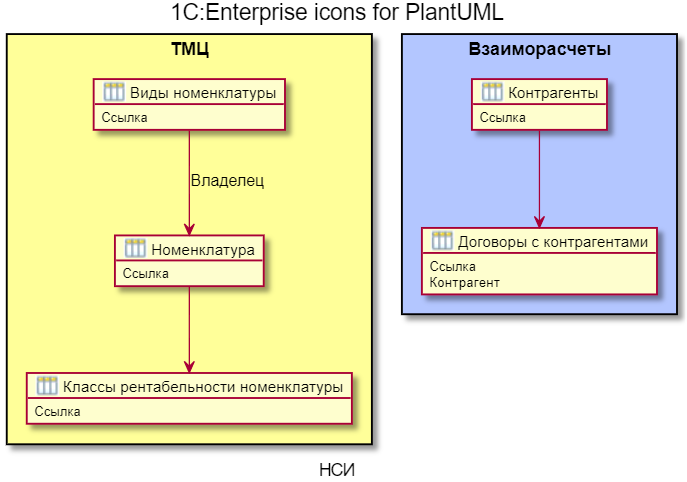
Before: examples/example.png, a diagram exported from PlantUML (ovcharenko-di/1ce-icons-for-plantuml). Its source is kept beside it as examples/example.puml. Source of this version:
```plantuml
@startuml

!include dist/common.puml
!include dist/v8_Catalog.puml

title 1С:Enterprise icons for PlantUML

caption НСИ

package ТМЦ <<Rectangle>> #ffff99 {

    v8_Catalog(Номенклатура)
    Номенклатура : Ссылка

    v8_Catalog(ВидыНоменклатуры, "Виды номенклатуры")
    ВидыНоменклатуры : Ссылка

    v8_Catalog(одКлассыРентабельностиНоменклатуры, "Классы рентабельности номенклатуры")
    одКлассыРентабельностиНоменклатуры : Ссылка

}

package Взаиморасчеты <<Rectangle>> #b3c6ff {

    v8_Catalog(ДоговорыСКонтрагентами, "Договоры с контрагентами")
    ДоговорыСКонтрагентами : Ссылка
    ДоговорыСКонтрагентами : Контрагент

    v8_Catalog(Контрагенты)
    Контрагенты : Ссылка

}

ВидыНоменклатуры-->Номенклатура : Владелец
Номенклатура-->одКлассыРентабельностиНоменклатуры
Контрагенты-->ДоговорыСКонтрагентами

@enduml
```
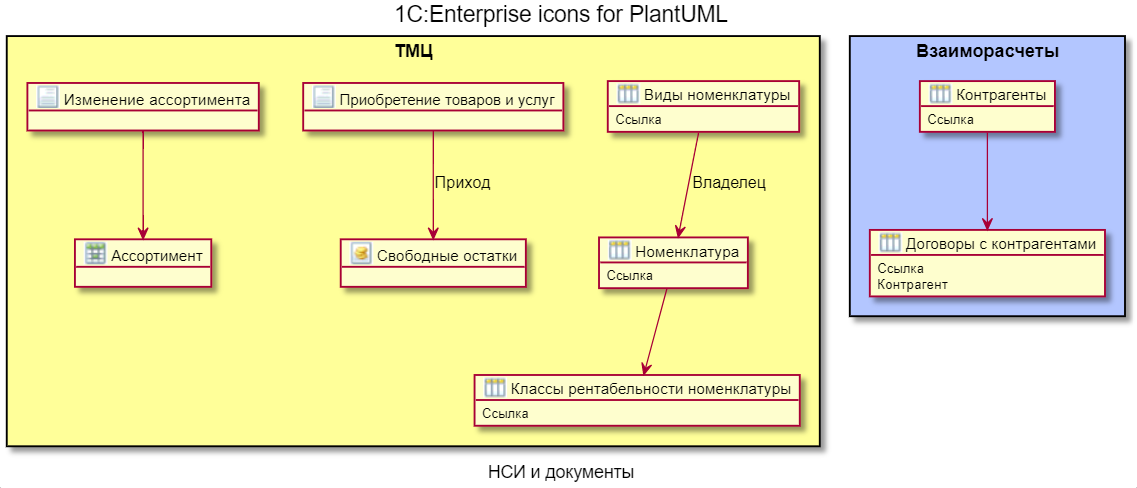
After the commit.

What changed in the source:
```diff
@@ -1,11 +1,14 @@
 @startuml
 
 !include dist/common.puml
-!include dist/v8_Catalog.puml
+!include v8_AccRg.puml
+!include v8_Document.puml
+!include v8_Catalog.puml
+!include v8_InfoRg.puml
 
 title 1С:Enterprise icons for PlantUML
 
-caption НСИ
+caption НСИ и документы
 
 package ТМЦ <<Rectangle>> #ffff99 {
 
@@ -17,6 +20,13 @@
 
     v8_Catalog(одКлассыРентабельностиНоменклатуры, "Классы рентабельности номенклатуры")
     одКлассыРентабельностиНоменклатуры : Ссылка
+
+    v8_InfoRg(Ассортимент)
+
+    v8_Document(ПриобретениеТоваровУслуг, "Приобретение товаров и услуг")
+    v8_Document(ИзменениеАссортимента, "Изменение ассортимента")
+
+    v8_AccRg(СвободныеОстатки, "Свободные остатки")
 
 }
 
@@ -35,4 +45,7 @@
 Номенклатура-->одКлассыРентабельностиНоменклатуры
 Контрагенты-->ДоговорыСКонтрагентами
 
+ПриобретениеТоваровУслуг-down->СвободныеОстатки : "Приход"
+ИзменениеАссортимента-down->Ассортимент
+
 @enduml
```
